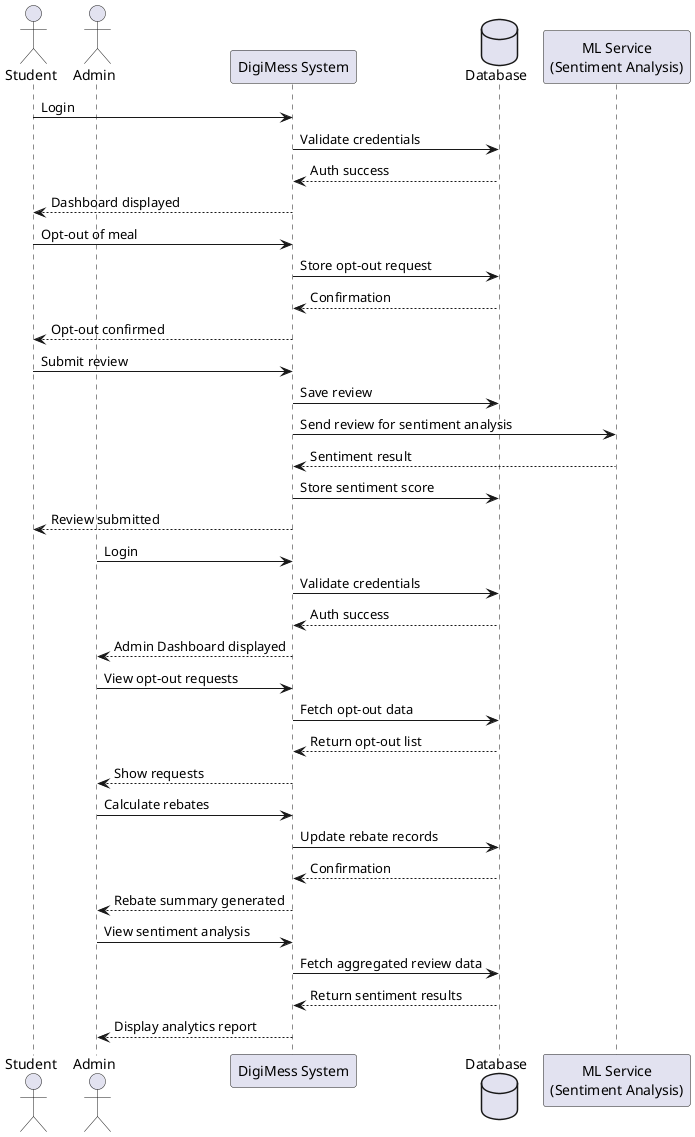
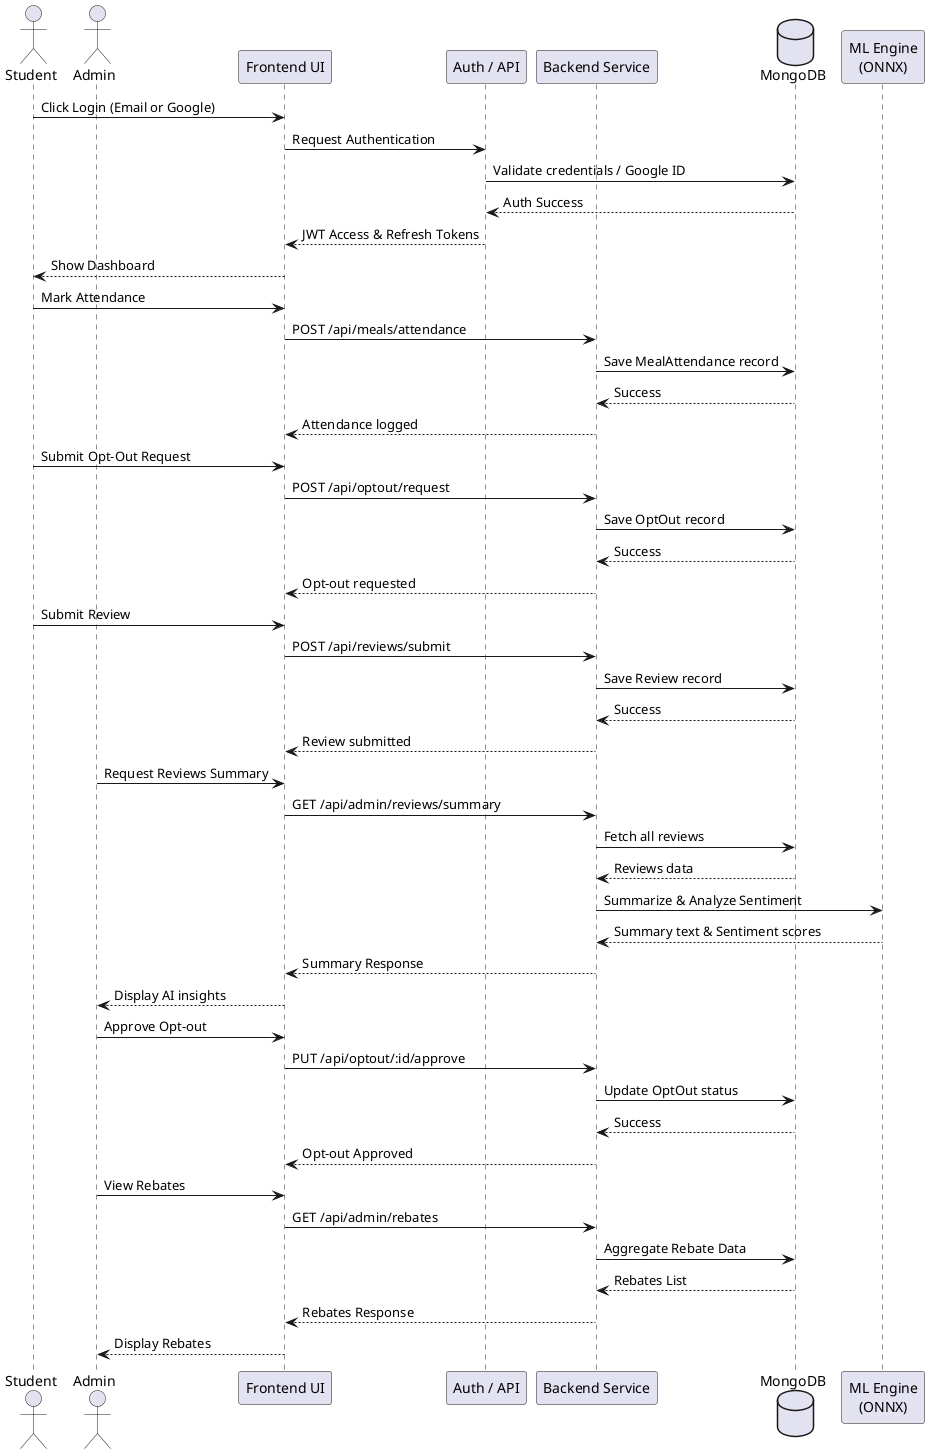
- @startuml
+ @startuml Sequence_Diagram
actor Student
actor Admin
- participant "DigiMess System" as System
- database "Database" as DB
- participant "ML Service\n(Sentiment Analysis)" as ML
+ participant "Frontend UI" as UI
+ participant "Auth / API" as Auth
+ participant "Backend Service" as System
+ database "MongoDB" as DB
+ participant "ML Engine\n(ONNX)" as ML

- Student -> System : Login
- System -> DB : Validate credentials
- DB --> System : Auth success
- System --> Student : Dashboard displayed
+ Student -> UI : Click Login (Email or Google)
+ UI -> Auth : Request Authentication
+ Auth -> DB : Validate credentials / Google ID
+ DB --> Auth : Auth Success
+ Auth --> UI : JWT Access & Refresh Tokens
+ UI --> Student : Show Dashboard

- Student -> System : Opt-out of meal
- System -> DB : Store opt-out request
- DB --> System : Confirmation
- System --> Student : Opt-out confirmed
+ Student -> UI : Mark Attendance
+ UI -> System : POST /api/meals/attendance
+ System -> DB : Save MealAttendance record
+ DB --> System : Success
+ System --> UI : Attendance logged

- Student -> System : Submit review
- System -> DB : Save review
- System -> ML : Send review for sentiment analysis
- ML --> System : Sentiment result
- System -> DB : Store sentiment score
- System --> Student : Review submitted
+ Student -> UI : Submit Opt-Out Request
+ UI -> System : POST /api/optout/request
+ System -> DB : Save OptOut record
+ DB --> System : Success
+ System --> UI : Opt-out requested

- Admin -> System : Login
- System -> DB : Validate credentials
- DB --> System : Auth success
- System --> Admin : Admin Dashboard displayed
+ Student -> UI : Submit Review
+ UI -> System : POST /api/reviews/submit
+ System -> DB : Save Review record
+ DB --> System : Success
+ System --> UI : Review submitted

- Admin -> System : View opt-out requests
- System -> DB : Fetch opt-out data
- DB --> System : Return opt-out list
- System --> Admin : Show requests
+ Admin -> UI : Request Reviews Summary
+ UI -> System : GET /api/admin/reviews/summary
+ System -> DB : Fetch all reviews
+ DB --> System : Reviews data
+ System -> ML : Summarize & Analyze Sentiment
+ ML --> System : Summary text & Sentiment scores
+ System --> UI : Summary Response
+ UI --> Admin : Display AI insights

- Admin -> System : Calculate rebates
- System -> DB : Update rebate records
- DB --> System : Confirmation
- System --> Admin : Rebate summary generated
+ Admin -> UI : Approve Opt-out
+ UI -> System : PUT /api/optout/:id/approve
+ System -> DB : Update OptOut status
+ DB --> System : Success
+ System --> UI : Opt-out Approved

- Admin -> System : View sentiment analysis
- System -> DB : Fetch aggregated review data
- DB --> System : Return sentiment results
- System --> Admin : Display analytics report
+ Admin -> UI : View Rebates
+ UI -> System : GET /api/admin/rebates
+ System -> DB : Aggregate Rebate Data
+ DB --> System : Rebates List
+ System --> UI : Rebates Response
+ UI --> Admin : Display Rebates

@enduml
